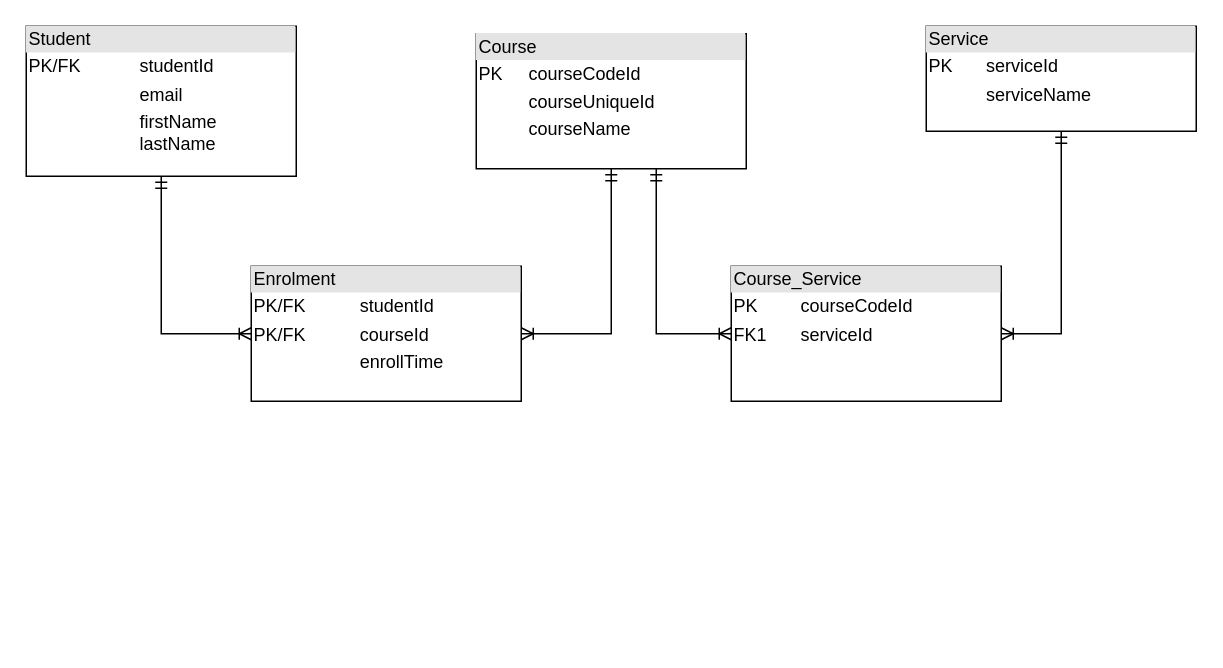
Above: page "Sqlite-Schema" (6 of 6) of Project_Plan.drawio in pleycothh/Csharp_Learning_Note (draw.io), before the change. Source tidied: cells renumbered, new cells numbered last; positions are measured from the earlier drawing's top-left corner, leaving out a move shared by most shapes. Both pictures are drawn from the tidied source at 150%, with x=0, y=0 at pixel (26, 26).
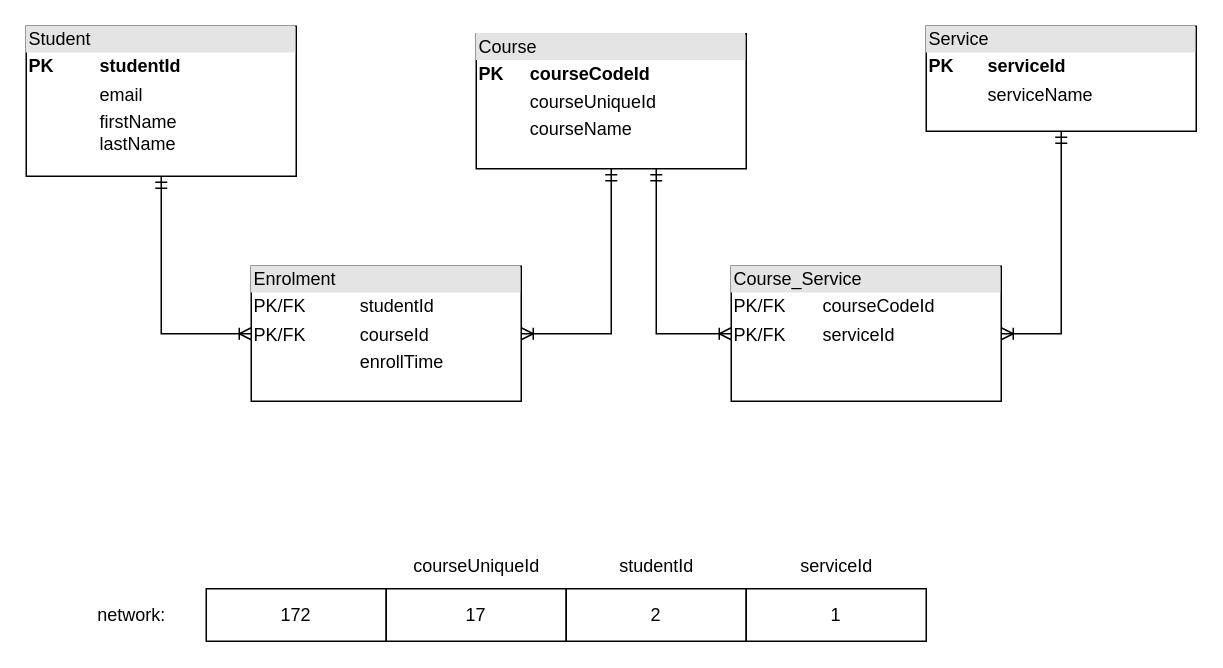
After the change.

Diff of the diagram source:
```diff
@@
-    <mxCell id="3" value="&lt;div style=&quot;box-sizing: border-box ; width: 100% ; background: rgb(228 , 228 , 228) ; padding: 2px&quot;&gt;Student&lt;/div&gt;&lt;table style=&quot;width: 100% ; font-size: 1em&quot; cellpadding=&quot;2&quot; cellspacing=&quot;0&quot;&gt;&lt;tbody&gt;&lt;tr&gt;&lt;td&gt;PK/FK&lt;/td&gt;&lt;td&gt;studentId&lt;/td&gt;&lt;/tr&gt;&lt;tr&gt;&lt;td&gt;&lt;br&gt;&lt;/td&gt;&lt;td&gt;email&lt;/td&gt;&lt;/tr&gt;&lt;tr&gt;&lt;td&gt;&lt;/td&gt;&lt;td&gt;firstName&lt;br&gt;lastName&lt;br&gt;&lt;/td&gt;&lt;/tr&gt;&lt;/tbody&gt;&lt;/table&gt;" style="verticalAlign=top;align=left;overflow=fill;html=1;" parent="1" vertex="1">
+    <mxCell id="3" value="&lt;div style=&quot;box-sizing: border-box ; width: 100% ; background: rgb(228 , 228 , 228) ; padding: 2px&quot;&gt;Student&lt;/div&gt;&lt;table style=&quot;width: 100% ; font-size: 1em&quot; cellpadding=&quot;2&quot; cellspacing=&quot;0&quot;&gt;&lt;tbody&gt;&lt;tr&gt;&lt;td&gt;&lt;b&gt;PK&lt;/b&gt;&lt;/td&gt;&lt;td&gt;&lt;b&gt;studentId&lt;/b&gt;&lt;/td&gt;&lt;/tr&gt;&lt;tr&gt;&lt;td&gt;&lt;br&gt;&lt;/td&gt;&lt;td&gt;email&lt;/td&gt;&lt;/tr&gt;&lt;tr&gt;&lt;td&gt;&lt;/td&gt;&lt;td&gt;firstName&lt;br&gt;lastName&lt;br&gt;&lt;/td&gt;&lt;/tr&gt;&lt;/tbody&gt;&lt;/table&gt;" style="verticalAlign=top;align=left;overflow=fill;html=1;" parent="1" vertex="1">
       <mxGeometry width="180" height="100" as="geometry" />
     </mxCell>
@@
-    <mxCell id="6" value="&lt;div style=&quot;box-sizing: border-box ; width: 100% ; background: #e4e4e4 ; padding: 2px&quot;&gt;Course&lt;/div&gt;&lt;table style=&quot;width: 100% ; font-size: 1em&quot; cellpadding=&quot;2&quot; cellspacing=&quot;0&quot;&gt;&lt;tbody&gt;&lt;tr&gt;&lt;td&gt;PK&lt;/td&gt;&lt;td&gt;courseCodeId&lt;/td&gt;&lt;/tr&gt;&lt;tr&gt;&lt;td&gt;&lt;br&gt;&lt;/td&gt;&lt;td&gt;courseUniqueId&lt;/td&gt;&lt;/tr&gt;&lt;tr&gt;&lt;td&gt;&lt;/td&gt;&lt;td&gt;courseName&lt;/td&gt;&lt;/tr&gt;&lt;/tbody&gt;&lt;/table&gt;" style="verticalAlign=top;align=left;overflow=fill;html=1;" parent="1" vertex="1">
+    <mxCell id="6" value="&lt;div style=&quot;box-sizing: border-box ; width: 100% ; background: #e4e4e4 ; padding: 2px&quot;&gt;Course&lt;/div&gt;&lt;table style=&quot;width: 100% ; font-size: 1em&quot; cellpadding=&quot;2&quot; cellspacing=&quot;0&quot;&gt;&lt;tbody&gt;&lt;tr&gt;&lt;td&gt;&lt;b&gt;PK&lt;/b&gt;&lt;/td&gt;&lt;td&gt;&lt;b&gt;courseCodeId&lt;/b&gt;&lt;/td&gt;&lt;/tr&gt;&lt;tr&gt;&lt;td&gt;&lt;br&gt;&lt;/td&gt;&lt;td&gt;courseUniqueId&lt;/td&gt;&lt;/tr&gt;&lt;tr&gt;&lt;td&gt;&lt;/td&gt;&lt;td&gt;courseName&lt;/td&gt;&lt;/tr&gt;&lt;/tbody&gt;&lt;/table&gt;" style="verticalAlign=top;align=left;overflow=fill;html=1;" parent="1" vertex="1">
       <mxGeometry x="300" y="5" width="180" height="90" as="geometry" />
     </mxCell>
@@
-    <mxCell id="8" value="&lt;div style=&quot;box-sizing: border-box ; width: 100% ; background: #e4e4e4 ; padding: 2px&quot;&gt;Service&lt;/div&gt;&lt;table style=&quot;width: 100% ; font-size: 1em&quot; cellpadding=&quot;2&quot; cellspacing=&quot;0&quot;&gt;&lt;tbody&gt;&lt;tr&gt;&lt;td&gt;PK&lt;/td&gt;&lt;td&gt;serviceId&lt;/td&gt;&lt;/tr&gt;&lt;tr&gt;&lt;td&gt;&lt;br&gt;&lt;/td&gt;&lt;td&gt;serviceName&lt;/td&gt;&lt;/tr&gt;&lt;tr&gt;&lt;td&gt;&lt;/td&gt;&lt;td&gt;&lt;br&gt;&lt;/td&gt;&lt;/tr&gt;&lt;/tbody&gt;&lt;/table&gt;" style="verticalAlign=top;align=left;overflow=fill;html=1;" parent="1" vertex="1">
+    <mxCell id="8" value="&lt;div style=&quot;box-sizing: border-box ; width: 100% ; background: #e4e4e4 ; padding: 2px&quot;&gt;Service&lt;/div&gt;&lt;table style=&quot;width: 100% ; font-size: 1em&quot; cellpadding=&quot;2&quot; cellspacing=&quot;0&quot;&gt;&lt;tbody&gt;&lt;tr&gt;&lt;td&gt;&lt;b&gt;PK&lt;/b&gt;&lt;/td&gt;&lt;td&gt;&lt;b&gt;serviceId&lt;/b&gt;&lt;/td&gt;&lt;/tr&gt;&lt;tr&gt;&lt;td&gt;&lt;br&gt;&lt;/td&gt;&lt;td&gt;serviceName&lt;/td&gt;&lt;/tr&gt;&lt;tr&gt;&lt;td&gt;&lt;/td&gt;&lt;td&gt;&lt;br&gt;&lt;/td&gt;&lt;/tr&gt;&lt;/tbody&gt;&lt;/table&gt;" style="verticalAlign=top;align=left;overflow=fill;html=1;" parent="1" vertex="1">
       <mxGeometry x="600" width="180" height="70" as="geometry" />
     </mxCell>
@@
-    <mxCell id="10" value="&lt;div style=&quot;box-sizing: border-box ; width: 100% ; background: #e4e4e4 ; padding: 2px&quot;&gt;Course_Service&lt;/div&gt;&lt;table style=&quot;width: 100% ; font-size: 1em&quot; cellpadding=&quot;2&quot; cellspacing=&quot;0&quot;&gt;&lt;tbody&gt;&lt;tr&gt;&lt;td&gt;PK&lt;/td&gt;&lt;td&gt;courseCodeId&lt;/td&gt;&lt;/tr&gt;&lt;tr&gt;&lt;td&gt;FK1&lt;/td&gt;&lt;td&gt;serviceId&lt;/td&gt;&lt;/tr&gt;&lt;tr&gt;&lt;td&gt;&lt;/td&gt;&lt;td&gt;&lt;br&gt;&lt;/td&gt;&lt;/tr&gt;&lt;/tbody&gt;&lt;/table&gt;" style="verticalAlign=top;align=left;overflow=fill;html=1;" parent="1" vertex="1">
+    <mxCell id="10" value="&lt;div style=&quot;box-sizing: border-box ; width: 100% ; background: #e4e4e4 ; padding: 2px&quot;&gt;Course_Service&lt;/div&gt;&lt;table style=&quot;width: 100% ; font-size: 1em&quot; cellpadding=&quot;2&quot; cellspacing=&quot;0&quot;&gt;&lt;tbody&gt;&lt;tr&gt;&lt;td&gt;PK/FK&lt;/td&gt;&lt;td&gt;courseCodeId&lt;/td&gt;&lt;/tr&gt;&lt;tr&gt;&lt;td&gt;PK/FK&lt;/td&gt;&lt;td&gt;serviceId&lt;/td&gt;&lt;/tr&gt;&lt;tr&gt;&lt;td&gt;&lt;/td&gt;&lt;td&gt;&lt;br&gt;&lt;/td&gt;&lt;/tr&gt;&lt;/tbody&gt;&lt;/table&gt;" style="verticalAlign=top;align=left;overflow=fill;html=1;" parent="1" vertex="1">
       <mxGeometry x="470" y="160" width="180" height="90" as="geometry" />
     </mxCell>
+    <mxCell id="11" value="172" style="rounded=0;whiteSpace=wrap;html=1;" parent="1" vertex="1">
+      <mxGeometry x="120" y="375" width="120" height="35" as="geometry" />
+    </mxCell>
+    <mxCell id="12" value="&lt;span style=&quot;font-weight: normal&quot;&gt;17&lt;/span&gt;" style="rounded=0;whiteSpace=wrap;html=1;fontStyle=1;" parent="1" vertex="1">
+      <mxGeometry x="240" y="375" width="120" height="35" as="geometry" />
+    </mxCell>
+    <mxCell id="13" value="2" style="rounded=0;whiteSpace=wrap;html=1;" parent="1" vertex="1">
+      <mxGeometry x="360" y="375" width="120" height="35" as="geometry" />
+    </mxCell>
+    <mxCell id="14" value="1" style="rounded=0;whiteSpace=wrap;html=1;" parent="1" vertex="1">
+      <mxGeometry x="480" y="375" width="120" height="35" as="geometry" />
+    </mxCell>
+    <mxCell id="15" value="courseUniqueId" style="text;html=1;align=center;verticalAlign=middle;strokeColor=none;fillColor=none;" parent="1" vertex="1">
+      <mxGeometry x="250" y="350" width="100" height="20" as="geometry" />
+    </mxCell>
+    <mxCell id="16" value="studentId" style="text;html=1;align=center;verticalAlign=middle;strokeColor=none;fillColor=none;" parent="1" vertex="1">
+      <mxGeometry x="390" y="350" width="60" height="20" as="geometry" />
+    </mxCell>
+    <mxCell id="17" value="serviceId" style="text;html=1;align=center;verticalAlign=middle;strokeColor=none;fillColor=none;" parent="1" vertex="1">
+      <mxGeometry x="510" y="350" width="60" height="20" as="geometry" />
+    </mxCell>
+    <mxCell id="18" value="network:" style="text;html=1;align=center;verticalAlign=middle;strokeColor=none;fillColor=none;" parent="1" vertex="1">
+      <mxGeometry x="40" y="382.5" width="60" height="20" as="geometry" />
+    </mxCell>
```
